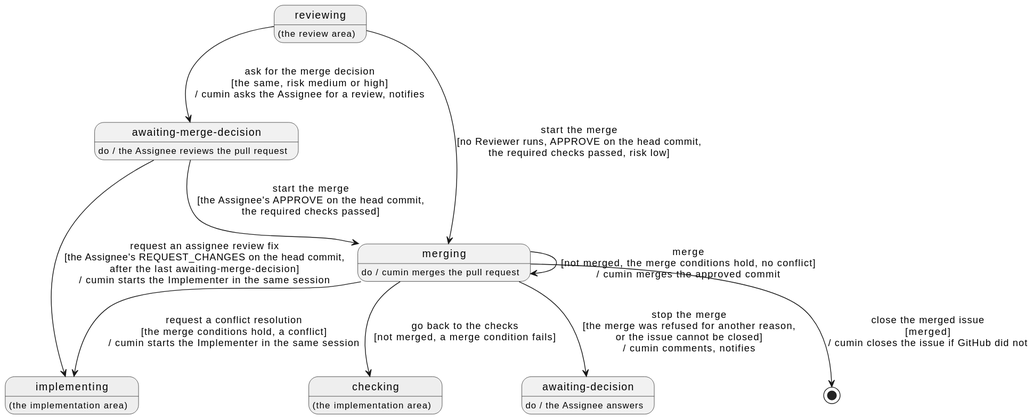
This is docs/ja/requirements/merge/overview.svg from cloveclovedev/cumin-works, a PlantUML export, as it was before one commit.
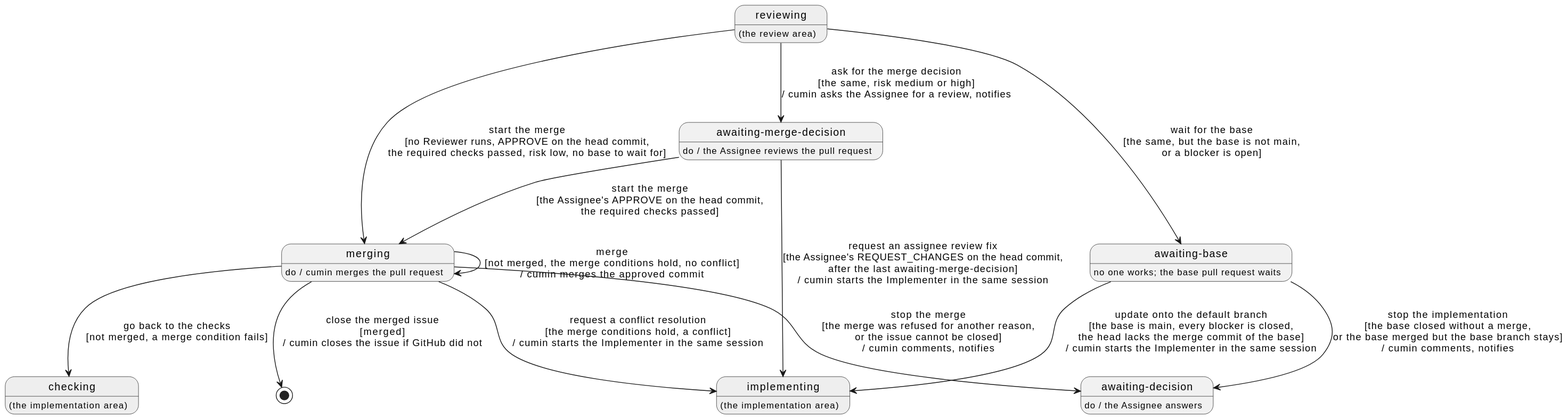
Later version of the same file.

Commit message:
docs(requirements): stack an implementation on a pull request that waits for the merge decision

The edit, as a diff of the source:
```diff
@@ -17,13 +17,19 @@
 state "checking" as Checking #EEEEEE
 Checking : (the implementation area)
 
+state "awaiting-base" as AwaitingBase
+AwaitingBase : no one works; the base pull request waits
+
 state "awaiting-decision" as Decision
 Decision : do / the Assignee answers
 
-Reviewing --> Merging : start the merge\n[no Reviewer runs, APPROVE on the head commit,\nthe required checks passed, risk low]
+Reviewing --> Merging : start the merge\n[no Reviewer runs, APPROVE on the head commit,\nthe required checks passed, risk low, no base to wait for]
 Reviewing --> MergeDecision : ask for the merge decision\n[the same, risk medium or high]\n/ cumin asks the Assignee for a review, notifies
 MergeDecision --> Merging : start the merge\n[the Assignee's APPROVE on the head commit,\nthe required checks passed]
 MergeDecision --> Implementing : request an assignee review fix\n[the Assignee's REQUEST_CHANGES on the head commit,\nafter the last awaiting-merge-decision]\n/ cumin starts the Implementer in the same session
+Reviewing --> AwaitingBase : wait for the base\n[the same, but the base is not main,\nor a blocker is open]
+AwaitingBase --> Implementing : update onto the default branch\n[the base is main, every blocker is closed,\nthe head lacks the merge commit of the base]\n/ cumin starts the Implementer in the same session
+AwaitingBase --> Decision : stop the implementation\n[the base closed without a merge,\nor the base merged but the base branch stays]\n/ cumin comments, notifies
 Merging --> Merging : merge\n[not merged, the merge conditions hold, no conflict]\n/ cumin merges the approved commit
 Merging --> [*] : close the merged issue\n[merged]\n/ cumin closes the issue if GitHub did not
 Merging --> Checking : go back to the checks\n[not merged, a merge condition fails]
```
